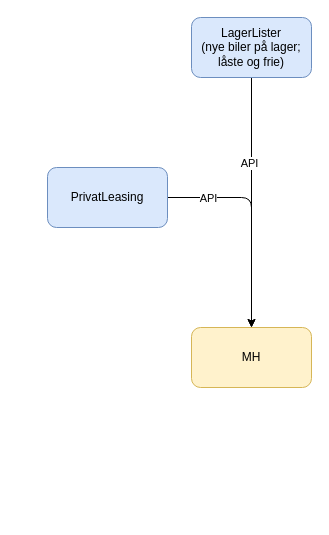
Above: Diagrams/System.drawio in renetruelsen/Semler (draw.io), before the change. Source tidied: cells renumbered, new cells numbered last; positions are measured from the earlier drawing's top-left corner, leaving out a move shared by most shapes. Both pictures are drawn from the tidied source at 100%, with x=0, y=0 at pixel (47, 17).
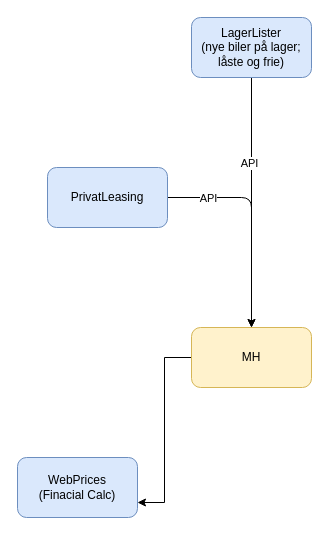
Above is the later version.

What changed in the source:
```diff
@@
 <mxGraphModel>
   <root>
     <mxCell id="0" />
     <mxCell id="1" parent="0" />
+    <mxCell id="9" style="edgeStyle=orthogonalEdgeStyle;rounded=0;jettySize=auto;html=1;entryX=1;entryY=0.75;entryDx=0;entryDy=0;" parent="1" edge="1" source="2" target="10">
+      <mxGeometry relative="1" as="geometry" />
+    </mxCell>
     <mxCell id="2" value="MH" style="rounded=1;whiteSpace=wrap;html=1;fillColor=#fff2cc;strokeColor=#d6b656;" parent="1" vertex="1">
       <mxGeometry x="144" y="310" width="120" height="60" as="geometry" />
     </mxCell>
     <mxCell id="3" style="edgeStyle=orthogonalEdgeStyle;rounded=1;jettySize=auto;html=1;entryX=0.5;entryY=0;entryDx=0;entryDy=0;curved=0;" parent="1" edge="1" source="5" target="2">
       <mxGeometry relative="1" as="geometry" />
     </mxCell>
     <mxCell id="4" value="API" style="edgeLabel;html=1;align=center;verticalAlign=middle;" parent="3" vertex="1">
       <mxGeometry x="-0.67" y="-3" relative="1" as="geometry">
         <mxPoint x="5" y="-3" as="offset" />
       </mxGeometry>
     </mxCell>
     <mxCell id="5" value="PrivatLeasing" style="rounded=1;whiteSpace=wrap;html=1;fillColor=#dae8fc;strokeColor=#6c8ebf;" parent="1" vertex="1">
       <mxGeometry y="150" width="120" height="60" as="geometry" />
     </mxCell>
     <mxCell id="6" style="edgeStyle=orthogonalEdgeStyle;rounded=1;jettySize=auto;html=1;entryX=0.5;entryY=0;entryDx=0;entryDy=0;curved=0;" parent="1" edge="1" source="8" target="2">
       <mxGeometry relative="1" as="geometry" />
     </mxCell>
     <mxCell id="7" value="API" style="edgeLabel;html=1;align=center;verticalAlign=middle;" parent="6" vertex="1">
       <mxGeometry x="-0.32" y="-3" relative="1" as="geometry" />
     </mxCell>
     <mxCell id="8" value="LagerLister&lt;div&gt;(nye biler på lager; låste og frie)&lt;/div&gt;" style="rounded=1;whiteSpace=wrap;html=1;fillColor=#dae8fc;strokeColor=#6c8ebf;" parent="1" vertex="1">
       <mxGeometry x="144" width="120" height="60" as="geometry" />
     </mxCell>
+    <mxCell id="10" value="WebPrices&lt;div&gt;(Finacial Calc)&lt;/div&gt;" style="rounded=1;whiteSpace=wrap;html=1;fillColor=#dae8fc;strokeColor=#6c8ebf;" parent="1" vertex="1">
+      <mxGeometry x="-30" y="440" width="120" height="60" as="geometry" />
+    </mxCell>
   </root>
 </mxGraphModel>
```
